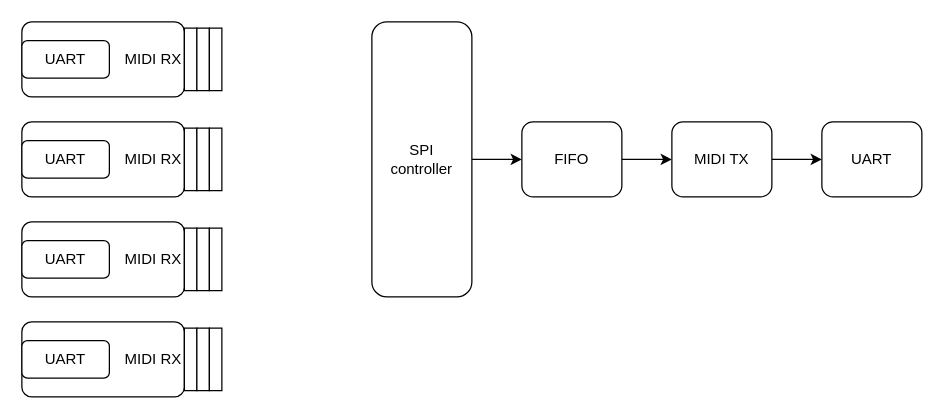
This is page "Page-1" (1 of 2) of 04-design/MIDI Router HDL Design.drawio from kjanderson/MIDI-Router, a draw.io file, before an edit. Source tidied: cells renumbered, new cells numbered last; positions are measured from the earlier drawing's top-left corner, leaving out a move shared by most shapes. Both pictures are drawn from the tidied source at 125%, with x=0, y=0 at pixel (21, 21).
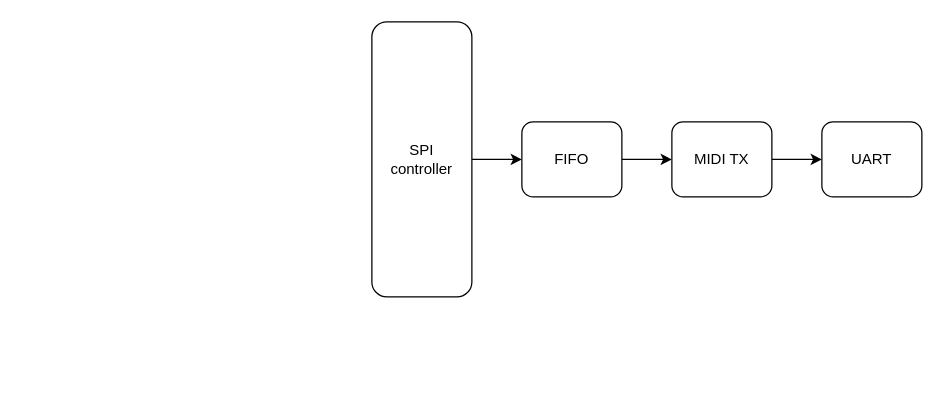
After the change.

Change to the diagram source:
```diff
@@
-    <mxCell id="9" style="group;" parent="1" vertex="1">
-      <mxGeometry width="130" height="60" as="geometry" />
-    </mxCell>
-    <mxCell id="10" value="MIDI RX" style="rounded=1;whiteSpace=wrap;html=1;arcSize=13;align=right;" parent="9" vertex="1">
-      <mxGeometry width="130" height="60" as="geometry" />
-    </mxCell>
-    <mxCell id="11" value="UART" style="rounded=1;whiteSpace=wrap;html=1;" parent="9" vertex="1">
-      <mxGeometry y="15" width="70" height="30" as="geometry" />
-    </mxCell>
-    <mxCell id="12" style="group;" parent="1" vertex="1">
-      <mxGeometry y="80" width="130" height="60" as="geometry" />
-    </mxCell>
-    <mxCell id="13" value="MIDI RX" style="rounded=1;whiteSpace=wrap;html=1;arcSize=13;align=right;" parent="12" vertex="1">
-      <mxGeometry width="130" height="60" as="geometry" />
-    </mxCell>
-    <mxCell id="14" value="UART" style="rounded=1;whiteSpace=wrap;html=1;" parent="12" vertex="1">
-      <mxGeometry y="15" width="70" height="30" as="geometry" />
-    </mxCell>
-    <mxCell id="15" style="group;" parent="1" vertex="1">
-      <mxGeometry y="160" width="130" height="60" as="geometry" />
-    </mxCell>
-    <mxCell id="16" value="MIDI RX" style="rounded=1;whiteSpace=wrap;html=1;arcSize=13;align=right;" parent="15" vertex="1">
-      <mxGeometry width="130" height="60" as="geometry" />
-    </mxCell>
-    <mxCell id="17" value="UART" style="rounded=1;whiteSpace=wrap;html=1;" parent="15" vertex="1">
-      <mxGeometry y="15" width="70" height="30" as="geometry" />
-    </mxCell>
-    <mxCell id="18" style="group;" parent="1" vertex="1">
-      <mxGeometry y="240" width="130" height="60" as="geometry" />
-    </mxCell>
-    <mxCell id="19" value="MIDI RX" style="rounded=1;whiteSpace=wrap;html=1;arcSize=13;align=right;" parent="18" vertex="1">
-      <mxGeometry width="130" height="60" as="geometry" />
-    </mxCell>
-    <mxCell id="20" value="UART" style="rounded=1;whiteSpace=wrap;html=1;" parent="18" vertex="1">
-      <mxGeometry y="15" width="70" height="30" as="geometry" />
-    </mxCell>
-    <mxCell id="21" style="rounded=0;whiteSpace=wrap;html=1;align=right;" parent="1" vertex="1">
-      <mxGeometry x="130" y="5" width="10" height="50" as="geometry" />
-    </mxCell>
-    <mxCell id="22" style="rounded=0;whiteSpace=wrap;html=1;align=right;" parent="1" vertex="1">
-      <mxGeometry x="140" y="5" width="10" height="50" as="geometry" />
-    </mxCell>
-    <mxCell id="23" style="rounded=0;whiteSpace=wrap;html=1;align=right;" parent="1" vertex="1">
-      <mxGeometry x="150" y="5" width="10" height="50" as="geometry" />
-    </mxCell>
-    <mxCell id="24" style="rounded=0;whiteSpace=wrap;html=1;align=right;" parent="1" vertex="1">
-      <mxGeometry x="130" y="85" width="10" height="50" as="geometry" />
-    </mxCell>
-    <mxCell id="25" style="rounded=0;whiteSpace=wrap;html=1;align=right;" parent="1" vertex="1">
-      <mxGeometry x="140" y="85" width="10" height="50" as="geometry" />
-    </mxCell>
-    <mxCell id="26" style="rounded=0;whiteSpace=wrap;html=1;align=right;" parent="1" vertex="1">
-      <mxGeometry x="150" y="85" width="10" height="50" as="geometry" />
-    </mxCell>
-    <mxCell id="27" style="rounded=0;whiteSpace=wrap;html=1;align=right;" parent="1" vertex="1">
-      <mxGeometry x="130" y="165" width="10" height="50" as="geometry" />
-    </mxCell>
-    <mxCell id="28" style="rounded=0;whiteSpace=wrap;html=1;align=right;" parent="1" vertex="1">
-      <mxGeometry x="140" y="165" width="10" height="50" as="geometry" />
-    </mxCell>
-    <mxCell id="29" style="rounded=0;whiteSpace=wrap;html=1;align=right;" parent="1" vertex="1">
-      <mxGeometry x="150" y="165" width="10" height="50" as="geometry" />
-    </mxCell>
-    <mxCell id="30" style="rounded=0;whiteSpace=wrap;html=1;align=right;" parent="1" vertex="1">
-      <mxGeometry x="130" y="245" width="10" height="50" as="geometry" />
-    </mxCell>
-    <mxCell id="31" style="rounded=0;whiteSpace=wrap;html=1;align=right;" parent="1" vertex="1">
-      <mxGeometry x="140" y="245" width="10" height="50" as="geometry" />
-    </mxCell>
-    <mxCell id="32" style="rounded=0;whiteSpace=wrap;html=1;align=right;" parent="1" vertex="1">
-      <mxGeometry x="150" y="245" width="10" height="50" as="geometry" />
-    </mxCell>
```
